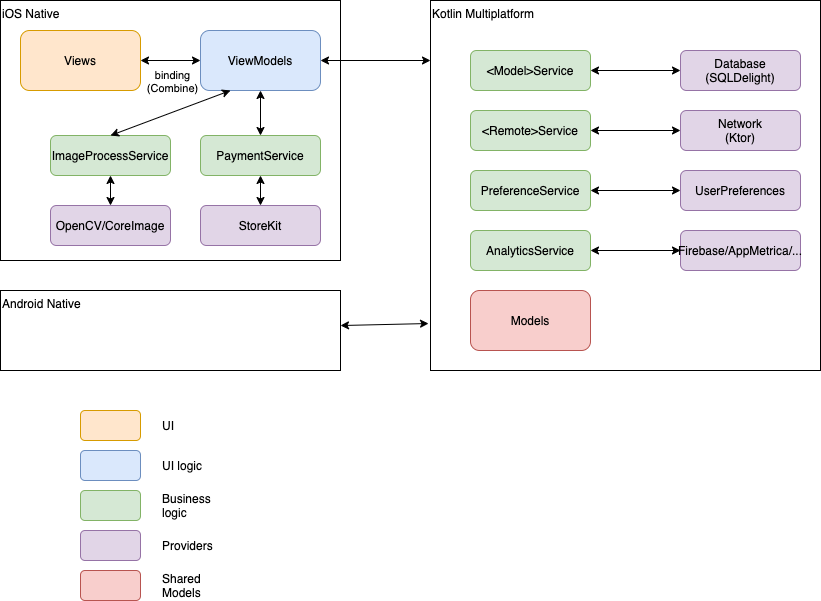
quantappm/AppIcons keeps this draw.io diagram as PhotoBoost-Architecture.png. Above is the earlier version. Source tidied: cells renumbered, new cells last; positions are measured from the earlier drawing's top-left corner, leaving out a move shared by most shapes.
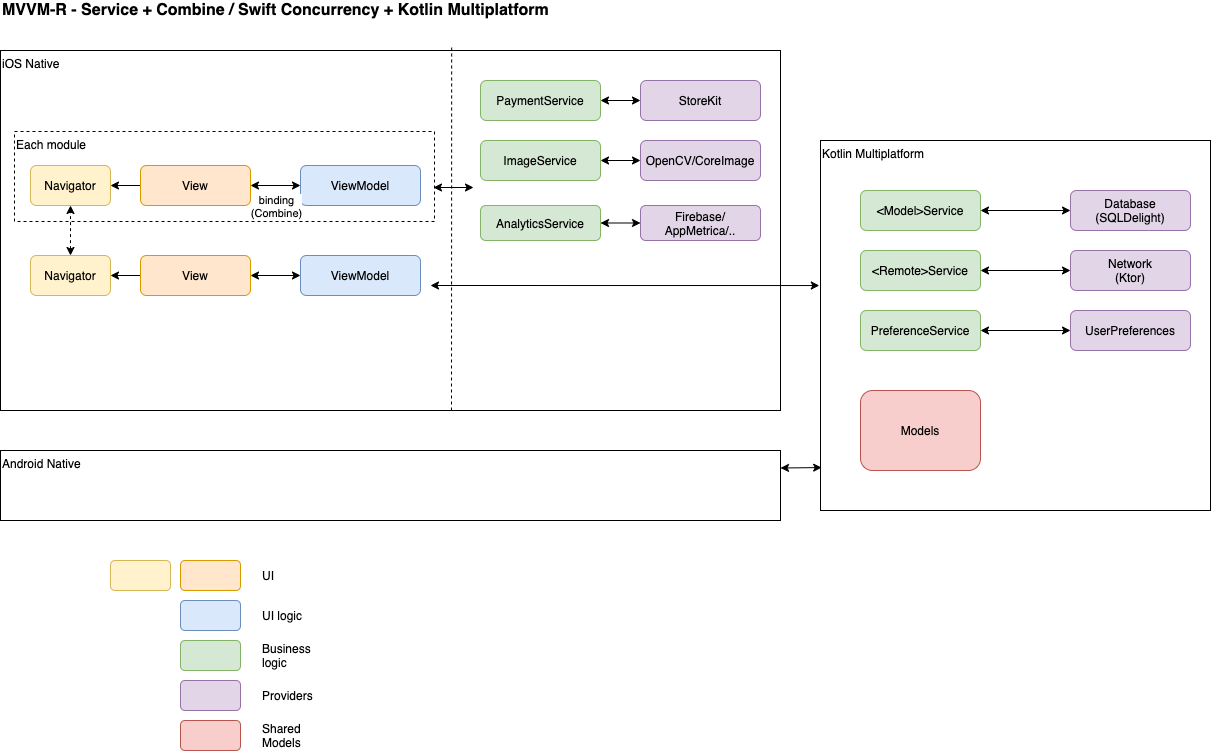
The same diagram one commit later.

Change to the diagram source:
```diff
@@ -3,13 +3,16 @@
     <mxCell id="0" />
     <mxCell id="1" parent="0" />
     <mxCell id="2" value="iOS Native&lt;br&gt;" style="rounded=0;whiteSpace=wrap;html=1;align=left;verticalAlign=top;" parent="1" vertex="1">
-      <mxGeometry width="340" height="260" as="geometry" />
+      <mxGeometry x="-100" y="-100" width="780" height="360" as="geometry" />
     </mxCell>
+    <mxCell id="42" style="edgeStyle=orthogonalEdgeStyle;rounded=0;jettySize=auto;html=1;" parent="1" edge="1" source="3" target="47">
+      <mxGeometry relative="1" as="geometry" />
+    </mxCell>
-    <mxCell id="3" value="Views" style="rounded=1;whiteSpace=wrap;html=1;fillColor=#ffe6cc;strokeColor=#d79b00;" parent="1" vertex="1">
-      <mxGeometry x="20" y="30" width="120" height="60" as="geometry" />
+    <mxCell id="3" value="View" style="rounded=1;whiteSpace=wrap;html=1;fillColor=#ffe6cc;strokeColor=#d79b00;" parent="1" vertex="1">
+      <mxGeometry x="40" y="15" width="110" height="40" as="geometry" />
     </mxCell>
-    <mxCell id="4" value="ViewModels" style="rounded=1;whiteSpace=wrap;html=1;fillColor=#dae8fc;strokeColor=#6c8ebf;" parent="1" vertex="1">
-      <mxGeometry x="200" y="30" width="120" height="60" as="geometry" />
+    <mxCell id="4" value="ViewModel" style="rounded=1;whiteSpace=wrap;html=1;fillColor=#dae8fc;strokeColor=#6c8ebf;" parent="1" vertex="1">
+      <mxGeometry x="200" y="15" width="120" height="40" as="geometry" />
     </mxCell>
     <mxCell id="5" style="endArrow=classic;startArrow=classic;html=1;rounded=0;exitX=1;exitY=0.5;exitDx=0;exitDy=0;entryX=0;entryY=0.5;entryDx=0;entryDy=0;" parent="1" edge="1" source="3" target="4">
       <mxGeometry relative="1" as="geometry" />
@@ -20,34 +23,34 @@
       </mxGeometry>
     </mxCell>
     <mxCell id="7" value="Kotlin Multiplatform" style="rounded=0;whiteSpace=wrap;html=1;align=left;verticalAlign=top;" parent="1" vertex="1">
-      <mxGeometry x="430" width="390" height="370" as="geometry" />
+      <mxGeometry x="720" y="-10" width="390" height="370" as="geometry" />
     </mxCell>
     <mxCell id="8" value="&amp;lt;Model&amp;gt;Service" style="rounded=1;whiteSpace=wrap;html=1;fillColor=#d5e8d4;strokeColor=#82b366;" parent="1" vertex="1">
-      <mxGeometry x="470" y="50" width="120" height="40" as="geometry" />
+      <mxGeometry x="760" y="40" width="120" height="40" as="geometry" />
     </mxCell>
     <mxCell id="9" value="&amp;lt;Remote&amp;gt;Service" style="rounded=1;whiteSpace=wrap;html=1;fillColor=#d5e8d4;strokeColor=#82b366;" parent="1" vertex="1">
-      <mxGeometry x="470" y="110" width="120" height="40" as="geometry" />
+      <mxGeometry x="760" y="100" width="120" height="40" as="geometry" />
     </mxCell>
     <mxCell id="10" value="PreferenceService" style="rounded=1;whiteSpace=wrap;html=1;fillColor=#d5e8d4;strokeColor=#82b366;" parent="1" vertex="1">
-      <mxGeometry x="470" y="170" width="120" height="40" as="geometry" />
+      <mxGeometry x="760" y="160" width="120" height="40" as="geometry" />
     </mxCell>
     <mxCell id="11" value="AnalyticsService" style="rounded=1;whiteSpace=wrap;html=1;fillColor=#d5e8d4;strokeColor=#82b366;" parent="1" vertex="1">
-      <mxGeometry x="470" y="230" width="120" height="40" as="geometry" />
+      <mxGeometry x="380" y="55" width="120" height="35" as="geometry" />
     </mxCell>
     <mxCell id="12" value="PaymentService" style="rounded=1;whiteSpace=wrap;html=1;fillColor=#d5e8d4;strokeColor=#82b366;" parent="1" vertex="1">
-      <mxGeometry x="200" y="135" width="120" height="40" as="geometry" />
+      <mxGeometry x="380" y="-70" width="120" height="40" as="geometry" />
     </mxCell>
     <mxCell id="13" value="Database&lt;br&gt;(SQLDelight)" style="rounded=1;whiteSpace=wrap;html=1;fillColor=#e1d5e7;strokeColor=#9673a6;" parent="1" vertex="1">
-      <mxGeometry x="680" y="50" width="120" height="40" as="geometry" />
+      <mxGeometry x="970" y="40" width="120" height="40" as="geometry" />
     </mxCell>
     <mxCell id="14" value="Network&lt;br&gt;(Ktor)" style="rounded=1;whiteSpace=wrap;html=1;fillColor=#e1d5e7;strokeColor=#9673a6;" parent="1" vertex="1">
-      <mxGeometry x="680" y="110" width="120" height="40" as="geometry" />
+      <mxGeometry x="970" y="100" width="120" height="40" as="geometry" />
     </mxCell>
     <mxCell id="15" value="UserPreferences" style="rounded=1;whiteSpace=wrap;html=1;fillColor=#e1d5e7;strokeColor=#9673a6;" parent="1" vertex="1">
-      <mxGeometry x="680" y="170" width="120" height="40" as="geometry" />
+      <mxGeometry x="970" y="160" width="120" height="40" as="geometry" />
     </mxCell>
-    <mxCell id="16" value="Firebase/AppMetrica/..." style="rounded=1;whiteSpace=wrap;html=1;fillColor=#e1d5e7;strokeColor=#9673a6;" parent="1" vertex="1">
-      <mxGeometry x="680" y="230" width="120" height="40" as="geometry" />
+    <mxCell id="16" value="Firebase/&lt;br&gt;AppMetrica/.." style="rounded=1;whiteSpace=wrap;html=1;fillColor=#e1d5e7;strokeColor=#9673a6;" parent="1" vertex="1">
+      <mxGeometry x="540" y="55" width="120" height="35" as="geometry" />
     </mxCell>
     <mxCell id="17" style="endArrow=classic;startArrow=classic;html=1;rounded=0;exitX=1;exitY=0.5;exitDx=0;exitDy=0;entryX=0;entryY=0.5;entryDx=0;entryDy=0;" parent="1" edge="1" source="8" target="13">
       <mxGeometry relative="1" as="geometry" />
@@ -62,20 +65,17 @@
       <mxGeometry relative="1" as="geometry" />
     </mxCell>
     <mxCell id="21" value="Models" style="rounded=1;whiteSpace=wrap;html=1;fillColor=#f8cecc;strokeColor=#b85450;" parent="1" vertex="1">
-      <mxGeometry x="470" y="290" width="120" height="60" as="geometry" />
+      <mxGeometry x="760" y="240" width="120" height="80" as="geometry" />
     </mxCell>
-    <mxCell id="22" style="endArrow=classic;startArrow=classic;html=1;rounded=0;exitX=1;exitY=0.5;exitDx=0;exitDy=0;" parent="1" edge="1" source="4">
+    <mxCell id="22" style="endArrow=classic;startArrow=classic;html=1;rounded=0;entryX=-0.003;entryY=0.392;entryDx=0;entryDy=0;entryPerimeter=0;" parent="1" edge="1" target="7">
       <mxGeometry relative="1" as="geometry">
-        <mxPoint x="430" y="60" as="targetPoint" />
+        <mxPoint x="330" y="135" as="sourcePoint" />
       </mxGeometry>
     </mxCell>
-    <mxCell id="23" style="endArrow=classic;startArrow=classic;html=1;rounded=0;exitX=0.5;exitY=1;exitDx=0;exitDy=0;entryX=0.5;entryY=0;entryDx=0;entryDy=0;" parent="1" edge="1" source="4" target="12">
-      <mxGeometry relative="1" as="geometry" />
-    </mxCell>
     <mxCell id="24" value="Android Native" style="rounded=0;whiteSpace=wrap;html=1;align=left;verticalAlign=top;" parent="1" vertex="1">
-      <mxGeometry y="290" width="340" height="80" as="geometry" />
+      <mxGeometry x="-100" y="300" width="780" height="70" as="geometry" />
     </mxCell>
-    <mxCell id="25" style="endArrow=classic;startArrow=classic;html=1;rounded=0;exitX=1;exitY=0.438;exitDx=0;exitDy=0;entryX=-0.005;entryY=0.873;entryDx=0;entryDy=0;exitPerimeter=0;entryPerimeter=0;" parent="1" edge="1" source="24" target="7">
+    <mxCell id="25" style="endArrow=classic;startArrow=classic;html=1;rounded=0;exitX=1;exitY=0.25;exitDx=0;exitDy=0;entryX=0.003;entryY=0.884;entryDx=0;entryDy=0;entryPerimeter=0;" parent="1" edge="1" source="24" target="7">
       <mxGeometry relative="1" as="geometry" />
     </mxCell>
     <mxCell id="26" style="rounded=1;whiteSpace=wrap;html=1;fillColor=#ffe6cc;strokeColor=#d79b00;" parent="1" vertex="1">
@@ -103,28 +103,67 @@
       <mxGeometry x="160" y="530" width="60" height="30" as="geometry" />
     </mxCell>
     <mxCell id="34" value="StoreKit" style="rounded=1;whiteSpace=wrap;html=1;fillColor=#e1d5e7;strokeColor=#9673a6;" parent="1" vertex="1">
-      <mxGeometry x="200" y="205" width="120" height="40" as="geometry" />
+      <mxGeometry x="540" y="-70" width="120" height="40" as="geometry" />
     </mxCell>
-    <mxCell id="35" style="endArrow=classic;startArrow=classic;html=1;rounded=0;exitX=0.5;exitY=1;exitDx=0;exitDy=0;entryX=0.5;entryY=0;entryDx=0;entryDy=0;" parent="1" edge="1" source="12" target="34">
+    <mxCell id="35" style="endArrow=classic;startArrow=classic;html=1;rounded=0;exitX=1;exitY=0.5;exitDx=0;exitDy=0;entryX=0;entryY=0.5;entryDx=0;entryDy=0;" parent="1" edge="1" source="12" target="34">
       <mxGeometry relative="1" as="geometry" />
     </mxCell>
-    <mxCell id="36" value="ImageProcessService" style="rounded=1;whiteSpace=wrap;html=1;fillColor=#d5e8d4;strokeColor=#82b366;" parent="1" vertex="1">
-      <mxGeometry x="50" y="135" width="120" height="40" as="geometry" />
+    <mxCell id="36" value="ImageService" style="rounded=1;whiteSpace=wrap;html=1;fillColor=#d5e8d4;strokeColor=#82b366;" parent="1" vertex="1">
+      <mxGeometry x="380" y="-10" width="120" height="40" as="geometry" />
     </mxCell>
     <mxCell id="37" value="OpenCV/CoreImage" style="rounded=1;whiteSpace=wrap;html=1;fillColor=#e1d5e7;strokeColor=#9673a6;" parent="1" vertex="1">
-      <mxGeometry x="50" y="205" width="120" height="40" as="geometry" />
+      <mxGeometry x="540" y="-10" width="120" height="40" as="geometry" />
     </mxCell>
-    <mxCell id="38" style="endArrow=classic;startArrow=classic;html=1;rounded=0;exitX=0.25;exitY=1;exitDx=0;exitDy=0;entryX=0.5;entryY=0;entryDx=0;entryDy=0;" parent="1" edge="1" source="4" target="36">
-      <mxGeometry relative="1" as="geometry" />
-    </mxCell>
     <mxCell id="39" style="rounded=1;whiteSpace=wrap;html=1;fillColor=#f8cecc;strokeColor=#b85450;" parent="1" vertex="1">
       <mxGeometry x="80" y="570" width="60" height="30" as="geometry" />
     </mxCell>
     <mxCell id="40" value="Shared Models" style="text;html=1;strokeColor=none;fillColor=none;align=left;verticalAlign=middle;whiteSpace=wrap;rounded=0;" parent="1" vertex="1">
       <mxGeometry x="160" y="570" width="60" height="30" as="geometry" />
     </mxCell>
-    <mxCell id="41" style="endArrow=classic;startArrow=classic;html=1;rounded=0;exitX=0.5;exitY=1;exitDx=0;exitDy=0;entryX=0.5;entryY=0;entryDx=0;entryDy=0;" parent="1" edge="1" source="36" target="37">
+    <mxCell id="41" style="endArrow=classic;startArrow=classic;html=1;rounded=0;exitX=1;exitY=0.5;exitDx=0;exitDy=0;entryX=0;entryY=0.5;entryDx=0;entryDy=0;" parent="1" edge="1" source="36" target="37">
       <mxGeometry relative="1" as="geometry" />
     </mxCell>
+    <mxCell id="43" style="edgeStyle=orthogonalEdgeStyle;rounded=0;jettySize=auto;html=1;" parent="1" edge="1" source="44" target="48">
+      <mxGeometry relative="1" as="geometry" />
+    </mxCell>
+    <mxCell id="44" value="View" style="rounded=1;whiteSpace=wrap;html=1;fillColor=#ffe6cc;strokeColor=#d79b00;" parent="1" vertex="1">
+      <mxGeometry x="40" y="105" width="110" height="40" as="geometry" />
+    </mxCell>
+    <mxCell id="45" value="ViewModel" style="rounded=1;whiteSpace=wrap;html=1;fillColor=#dae8fc;strokeColor=#6c8ebf;" parent="1" vertex="1">
+      <mxGeometry x="200" y="105" width="120" height="40" as="geometry" />
+    </mxCell>
+    <mxCell id="46" style="endArrow=classic;startArrow=classic;html=1;rounded=0;exitX=1;exitY=0.5;exitDx=0;exitDy=0;entryX=0;entryY=0.5;entryDx=0;entryDy=0;" parent="1" edge="1" source="44" target="45">
+      <mxGeometry relative="1" as="geometry" />
+    </mxCell>
+    <mxCell id="47" value="Navigator" style="rounded=1;whiteSpace=wrap;html=1;fillColor=#fff2cc;strokeColor=#d6b656;" parent="1" vertex="1">
+      <mxGeometry x="-70" y="15" width="80" height="40" as="geometry" />
+    </mxCell>
+    <mxCell id="48" value="Navigator" style="rounded=1;whiteSpace=wrap;html=1;fillColor=#fff2cc;strokeColor=#d6b656;" parent="1" vertex="1">
+      <mxGeometry x="-70" y="105" width="80" height="40" as="geometry" />
+    </mxCell>
+    <mxCell id="49" style="endArrow=classic;startArrow=classic;html=1;rounded=0;entryX=0.5;entryY=1;entryDx=0;entryDy=0;exitX=0.5;exitY=0;exitDx=0;exitDy=0;dashed=1;" parent="1" edge="1" source="48" target="47">
+      <mxGeometry relative="1" as="geometry" />
+    </mxCell>
+    <mxCell id="50" style="endArrow=none;dashed=1;html=1;rounded=0;entryX=0.572;entryY=-0.008;entryDx=0;entryDy=0;entryPerimeter=0;" parent="1" edge="1">
+      <mxGeometry relative="1" as="geometry">
+        <mxPoint x="351" y="260" as="sourcePoint" />
+        <mxPoint x="351.2" y="-102.9" as="targetPoint" />
+      </mxGeometry>
+    </mxCell>
+    <mxCell id="51" value="Each module" style="rounded=0;whiteSpace=wrap;html=1;dashed=1;fillColor=none;align=left;verticalAlign=top;" parent="1" vertex="1">
+      <mxGeometry x="-86" y="-19" width="420" height="90" as="geometry" />
+    </mxCell>
+    <mxCell id="52" style="endArrow=classic;startArrow=classic;html=1;rounded=0;" parent="1" edge="1">
+      <mxGeometry relative="1" as="geometry">
+        <mxPoint x="333" y="37" as="sourcePoint" />
+        <mxPoint x="373" y="37" as="targetPoint" />
+      </mxGeometry>
+    </mxCell>
+    <mxCell id="53" style="rounded=1;whiteSpace=wrap;html=1;fillColor=#fff2cc;strokeColor=#d6b656;" parent="1" vertex="1">
+      <mxGeometry x="10" y="410" width="60" height="30" as="geometry" />
+    </mxCell>
+    <mxCell id="54" value="MVVM-R - Service + Combine / Swift Concurrency + Kotlin Multiplatform" style="text;html=1;align=left;verticalAlign=middle;strokeColor=none;fillColor=none;fontSize=16;fontStyle=1;" parent="1" vertex="1">
+      <mxGeometry x="-100" y="-150" width="560" height="20" as="geometry" />
+    </mxCell>
   </root>
 </mxGraphModel>
```
